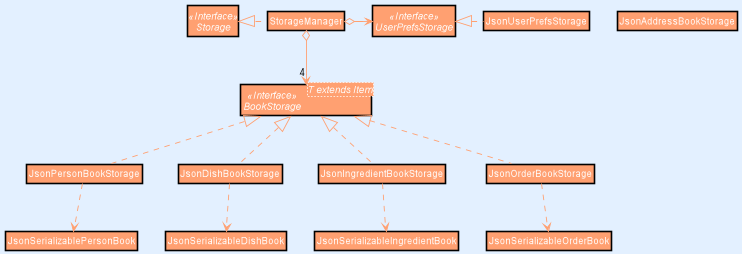
Above: docs/images/StorageClassDiagram.png in nus-cs2103-AY2021S2/tp (PlantUML), before the change. Its source is kept beside it as docs/diagrams/StorageClassDiagram.puml.
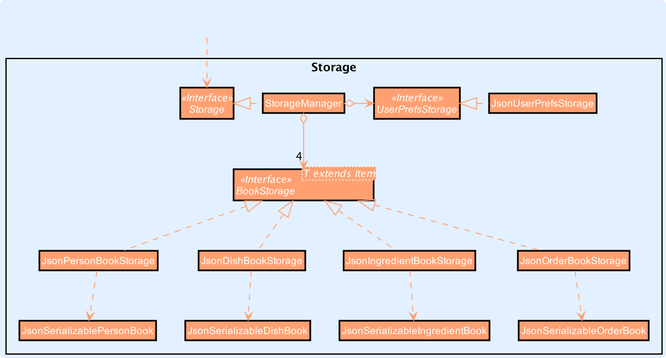
The same file after the commit.

Commit message:
Update storage class diagram

The edit, as a diff of the source:
```diff
@@ -4,13 +4,27 @@
 skinparam arrowColor STORAGE_COLOR
 skinparam classBackgroundColor STORAGE_COLOR
 
+
+package Storage {
 Interface Storage <<Interface>>
 Interface UserPrefsStorage <<Interface>>
 Interface BookStorage<T extends Item> <<Interface>> STORAGE_COLOR
 
 Class StorageManager
 Class JsonUserPrefsStorage
-Class JsonAddressBookStorage
+Class JsonUserPrefsStorage
+Class JsonPersonBookStorage
+Class JsonDishBookStorage
+Class JsonIngredientBookStorage
+Class JsonOrderBookStorage
+Class JsonSerializablePersonBook
+Class JsonSerializableDishBook
+Class JsonSerializableIngredientBook
+Class JsonSerializableOrderBook
+}
+
+Class HiddenOutside<<hidden>>
+HiddenOutside ..> Storage
 
 StorageManager .left.|> Storage
 StorageManager o-right-> UserPrefsStorage
```
